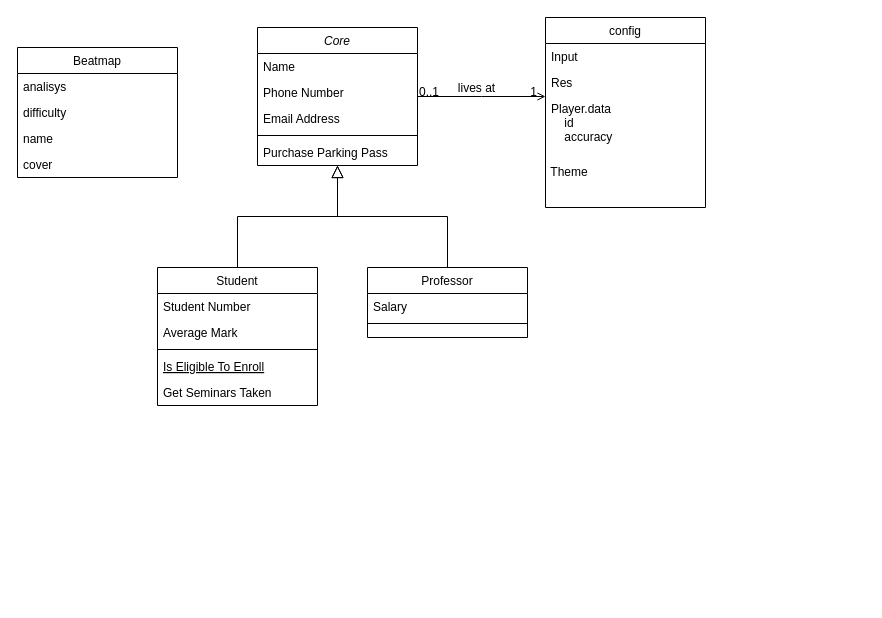
Before: Diagramme sans nom.drawio in KyotoVania/RythmGameSfmlCpp, a draw.io diagram. Source tidied: cells renumbered, new cells numbered last; positions are measured from the earlier drawing's top-left corner, leaving out a move shared by most shapes. Both pictures are drawn from the tidied source at 100%, with x=0, y=0 at pixel (17, 17).
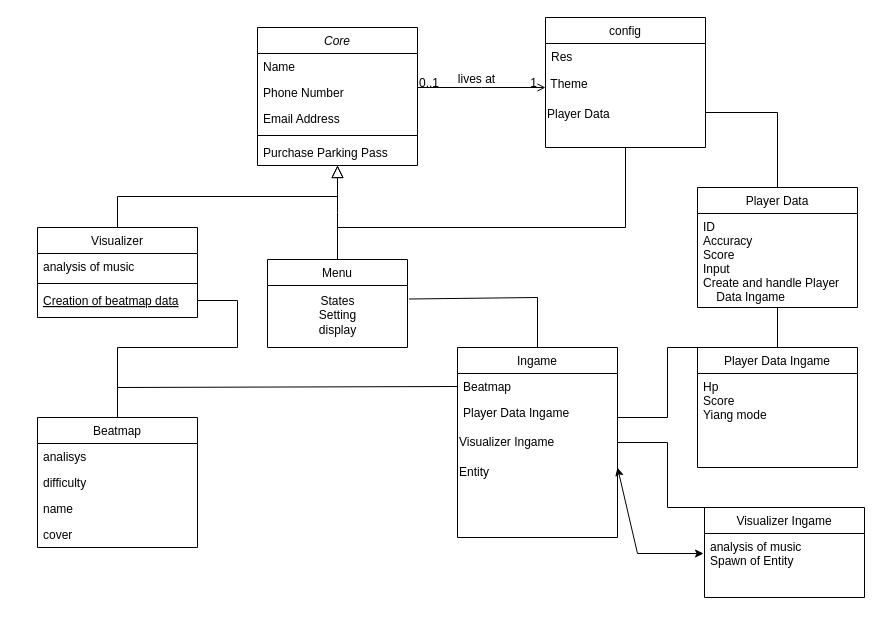
Above is the later version.

Commit message:
full principe include

Diff of the diagram source:
```diff
@@
-    <mxCell id="8" value="Student" style="swimlane;fontStyle=0;align=center;verticalAlign=top;horizontal=1;startSize=26;rounded=0;shadow=0;strokeWidth=1;" parent="1" vertex="1">
-      <mxGeometry x="140" y="250" width="160" height="138" as="geometry" />
+    <mxCell id="8" value="Visualizer" style="swimlane;fontStyle=0;align=center;verticalAlign=top;horizontal=1;startSize=26;rounded=0;shadow=0;strokeWidth=1;" parent="1" vertex="1">
+      <mxGeometry x="20" y="210" width="160" height="90" as="geometry" />
     </mxCell>
-    <mxCell id="9" value="Student Number" style="text;align=left;verticalAlign=top;spacingLeft=4;spacingRight=4;overflow=hidden;" parent="8" vertex="1">
-      <mxGeometry y="26" width="160" height="26" as="geometry" />
-    </mxCell>
-    <mxCell id="10" value="Average Mark" style="text;align=left;verticalAlign=top;spacingLeft=4;spacingRight=4;overflow=hidden;rounded=0;shadow=0;html=0;" parent="8" vertex="1">
-      <mxGeometry y="52" width="160" height="26" as="geometry" />
+    <mxCell id="10" value="analysis of music" style="text;align=left;verticalAlign=top;spacingLeft=4;spacingRight=4;overflow=hidden;rounded=0;shadow=0;html=0;" parent="8" vertex="1">
+      <mxGeometry y="26" width="160" height="26" as="geometry" />
     </mxCell>
     <mxCell id="11" style="line;html=1;strokeWidth=1;align=left;verticalAlign=middle;spacingTop=-1;spacingLeft=3;spacingRight=3;labelPosition=right;" parent="8" vertex="1">
-      <mxGeometry y="78" width="160" height="8" as="geometry" />
+      <mxGeometry y="52" width="160" height="8" as="geometry" />
     </mxCell>
-    <mxCell id="12" value="Is Eligible To Enroll" style="text;align=left;verticalAlign=top;spacingLeft=4;spacingRight=4;overflow=hidden;points=[[0,0.5],[1,0.5]];portConstraint=eastwest;fontStyle=4;" parent="8" vertex="1">
-      <mxGeometry y="86" width="160" height="26" as="geometry" />
+    <mxCell id="12" value="Creation of beatmap data" style="text;align=left;verticalAlign=top;spacingLeft=4;spacingRight=4;overflow=hidden;points=[[0,0.5],[1,0.5]];portConstraint=eastwest;fontStyle=4;" parent="8" vertex="1">
+      <mxGeometry y="60" width="160" height="26" as="geometry" />
     </mxCell>
-    <mxCell id="13" value="Get Seminars Taken" style="text;align=left;verticalAlign=top;spacingLeft=4;spacingRight=4;overflow=hidden;" parent="8" vertex="1">
-      <mxGeometry y="112" width="160" height="26" as="geometry" />
-    </mxCell>
@@
-    <mxCell id="15" value="Professor" style="swimlane;fontStyle=0;align=center;verticalAlign=top;horizontal=1;startSize=26;rounded=0;shadow=0;strokeWidth=1;" parent="1" vertex="1">
-      <mxGeometry x="350" y="250" width="160" height="70" as="geometry" />
+    <mxCell id="15" value="Menu" style="swimlane;fontStyle=0;align=center;verticalAlign=top;horizontal=1;startSize=26;rounded=0;shadow=0;strokeWidth=1;" parent="1" vertex="1">
+      <mxGeometry x="250" y="242" width="140" height="88" as="geometry" />
     </mxCell>
-    <mxCell id="16" value="Salary" style="text;align=left;verticalAlign=top;spacingLeft=4;spacingRight=4;overflow=hidden;" parent="15" vertex="1">
-      <mxGeometry y="26" width="160" height="26" as="geometry" />
-    </mxCell>
-    <mxCell id="17" style="line;html=1;strokeWidth=1;align=left;verticalAlign=middle;spacingTop=-1;spacingLeft=3;spacingRight=3;labelPosition=right;" parent="15" vertex="1">
-      <mxGeometry y="52" width="160" height="8" as="geometry" />
-    </mxCell>
+    <mxCell id="33" value="States&lt;br&gt;Setting&lt;br&gt;display" style="text;html=1;align=center;verticalAlign=middle;points=[];strokeColor=none;fillColor=none;" parent="15" vertex="1">
+      <mxGeometry y="26" width="140" height="60" as="geometry" />
+    </mxCell>
@@
     <mxCell id="19" value="config" style="swimlane;fontStyle=0;align=center;verticalAlign=top;horizontal=1;startSize=26;rounded=0;shadow=0;strokeWidth=1;" parent="1" vertex="1">
-      <mxGeometry x="528" width="160" height="190" as="geometry" />
+      <mxGeometry x="528" width="160" height="130" as="geometry" />
     </mxCell>
-    <mxCell id="20" value="Input" style="text;align=left;verticalAlign=top;spacingLeft=4;spacingRight=4;overflow=hidden;" parent="19" vertex="1">
-      <mxGeometry y="26" width="160" height="26" as="geometry" />
-    </mxCell>
     <mxCell id="21" value="Res" style="text;align=left;verticalAlign=top;spacingLeft=4;spacingRight=4;overflow=hidden;rounded=0;shadow=0;html=0;" parent="19" vertex="1">
-      <mxGeometry y="52" width="160" height="26" as="geometry" />
+      <mxGeometry y="26" width="160" height="26" as="geometry" />
     </mxCell>
-    <mxCell id="22" value="Player.data&#10;    id&#10;    accuracy" style="text;align=left;verticalAlign=top;spacingLeft=4;spacingRight=4;overflow=hidden;rounded=0;shadow=0;html=0;" parent="19" vertex="1">
-      <mxGeometry y="78" width="160" height="62" as="geometry" />
-    </mxCell>
     <mxCell id="23" value="&amp;nbsp;Theme" style="text;html=1;align=left;verticalAlign=middle;strokeColor=none;fillColor=none;" parent="19" vertex="1">
-      <mxGeometry y="140" width="160" height="30" as="geometry" />
+      <mxGeometry y="52" width="160" height="30" as="geometry" />
     </mxCell>
+    <mxCell id="34" value="Player Data" style="text;html=1;align=left;verticalAlign=middle;strokeColor=none;fillColor=none;" parent="19" vertex="1">
+      <mxGeometry y="82" width="160" height="30" as="geometry" />
+    </mxCell>
@@
     <mxCell id="28" value="Beatmap" style="swimlane;fontStyle=0;align=center;verticalAlign=top;horizontal=1;startSize=26;rounded=0;shadow=0;strokeWidth=1;" parent="1" vertex="1">
-      <mxGeometry y="30" width="160" height="130" as="geometry" />
+      <mxGeometry x="20" y="400" width="160" height="130" as="geometry" />
     </mxCell>
@@
+    <mxCell id="35" style="endArrow=none;html=1;rounded=0;entryX=0.5;entryY=1;entryDx=0;entryDy=0;exitX=0.5;exitY=0;exitDx=0;exitDy=0;" parent="1" edge="1" source="15" target="19">
+      <mxGeometry relative="1" as="geometry">
+        <Array as="points">
+          <mxPoint x="320" y="210" />
+          <mxPoint x="608" y="210" />
+        </Array>
+      </mxGeometry>
+    </mxCell>
+    <mxCell id="36" style="endArrow=none;html=1;rounded=0;exitX=0.5;exitY=0;exitDx=0;exitDy=0;entryX=1;entryY=0.5;entryDx=0;entryDy=0;" parent="1" edge="1" source="28" target="12">
+      <mxGeometry relative="1" as="geometry">
+        <Array as="points">
+          <mxPoint x="100" y="330" />
+          <mxPoint x="220" y="330" />
+          <mxPoint x="220" y="283" />
+        </Array>
+      </mxGeometry>
+    </mxCell>
+    <mxCell id="37" value="Ingame" style="swimlane;fontStyle=0;align=center;verticalAlign=top;horizontal=1;startSize=26;rounded=0;shadow=0;strokeWidth=1;" parent="1" vertex="1">
+      <mxGeometry x="440" y="330" width="160" height="190" as="geometry" />
+    </mxCell>
+    <mxCell id="38" value="Beatmap" style="text;align=left;verticalAlign=top;spacingLeft=4;spacingRight=4;overflow=hidden;points=[[0,0.5],[1,0.5]];portConstraint=eastwest;rounded=0;shadow=0;html=0;" parent="37" vertex="1">
+      <mxGeometry y="26" width="160" height="26" as="geometry" />
+    </mxCell>
+    <mxCell id="39" value="Player Data Ingame" style="text;align=left;verticalAlign=top;spacingLeft=4;spacingRight=4;overflow=hidden;rounded=0;shadow=0;html=0;" parent="37" vertex="1">
+      <mxGeometry y="52" width="160" height="28" as="geometry" />
+    </mxCell>
+    <mxCell id="40" value="Visualizer Ingame" style="text;html=1;align=left;verticalAlign=middle;points=[];strokeColor=none;fillColor=none;" parent="37" vertex="1">
+      <mxGeometry y="80" width="160" height="30" as="geometry" />
+    </mxCell>
+    <mxCell id="41" value="Entity" style="text;html=1;align=left;verticalAlign=middle;strokeColor=none;fillColor=none;" parent="37" vertex="1">
+      <mxGeometry y="110" width="160" height="30" as="geometry" />
+    </mxCell>
+    <mxCell id="42" value="Player Data" style="swimlane;fontStyle=0;align=center;verticalAlign=top;horizontal=1;startSize=26;rounded=0;shadow=0;strokeWidth=1;" parent="1" vertex="1">
+      <mxGeometry x="680" y="170" width="160" height="120" as="geometry" />
+    </mxCell>
+    <mxCell id="43" value="ID &#10;Accuracy&#10;Score&#10;Input&#10;Create and handle Player     &#10;    Data Ingame" style="text;align=left;verticalAlign=top;spacingLeft=4;spacingRight=4;overflow=hidden;points=[[0,0.5],[1,0.5]];portConstraint=eastwest;rounded=0;shadow=0;html=0;" parent="42" vertex="1">
+      <mxGeometry y="26" width="160" height="94" as="geometry" />
+    </mxCell>
+    <mxCell id="44" style="endArrow=none;html=1;rounded=0;entryX=1.006;entryY=0.433;entryDx=0;entryDy=0;entryPerimeter=0;exitX=0.5;exitY=0;exitDx=0;exitDy=0;" parent="1" edge="1" source="42">
+      <mxGeometry relative="1" as="geometry">
+        <mxPoint x="688" y="95" as="targetPoint" />
+        <Array as="points">
+          <mxPoint x="760" y="95" />
+        </Array>
+      </mxGeometry>
+    </mxCell>
+    <mxCell id="45" value="Player Data Ingame" style="swimlane;fontStyle=0;align=center;verticalAlign=top;horizontal=1;startSize=26;rounded=0;shadow=0;strokeWidth=1;" parent="1" vertex="1">
+      <mxGeometry x="680" y="330" width="160" height="120" as="geometry" />
+    </mxCell>
+    <mxCell id="46" value="Hp&#10;Score&#10;Yiang mode&#10; " style="text;align=left;verticalAlign=top;spacingLeft=4;spacingRight=4;overflow=hidden;rounded=0;shadow=0;html=0;" parent="45" vertex="1">
+      <mxGeometry y="26" width="160" height="94" as="geometry" />
+    </mxCell>
+    <mxCell id="47" value="Visualizer Ingame" style="swimlane;fontStyle=0;align=center;verticalAlign=top;horizontal=1;startSize=26;rounded=0;shadow=0;strokeWidth=1;" parent="1" vertex="1">
+      <mxGeometry x="687" y="490" width="160" height="90" as="geometry" />
+    </mxCell>
+    <mxCell id="48" value="analysis of music&#10;Spawn of Entity" style="text;align=left;verticalAlign=top;spacingLeft=4;spacingRight=4;overflow=hidden;points=[[0,0.5],[1,0.5]];portConstraint=eastwest;rounded=0;shadow=0;html=0;" parent="47" vertex="1">
+      <mxGeometry y="26" width="160" height="64" as="geometry" />
+    </mxCell>
+    <mxCell id="49" style="endArrow=none;html=1;rounded=0;entryX=0.5;entryY=0;entryDx=0;entryDy=0;" parent="1" edge="1" source="43" target="45">
+      <mxGeometry relative="1" as="geometry" />
+    </mxCell>
+    <mxCell id="50" style="endArrow=none;html=1;rounded=0;exitX=1.011;exitY=0.225;exitDx=0;exitDy=0;exitPerimeter=0;entryX=0.5;entryY=0;entryDx=0;entryDy=0;" parent="1" edge="1" source="33" target="37">
+      <mxGeometry relative="1" as="geometry">
+        <Array as="points">
+          <mxPoint x="520" y="280" />
+        </Array>
+      </mxGeometry>
+    </mxCell>
+    <mxCell id="51" style="endArrow=none;html=1;rounded=0;exitX=0;exitY=0.5;exitDx=0;exitDy=0;entryX=0.5;entryY=0;entryDx=0;entryDy=0;" parent="1" edge="1" source="38" target="28">
+      <mxGeometry relative="1" as="geometry">
+        <Array as="points">
+          <mxPoint x="100" y="370" />
+        </Array>
+      </mxGeometry>
+    </mxCell>
+    <mxCell id="52" style="endArrow=none;html=1;rounded=0;exitX=0.5;exitY=0;exitDx=0;exitDy=0;" parent="1" edge="1" source="45">
+      <mxGeometry relative="1" as="geometry">
+        <mxPoint x="600" y="400" as="targetPoint" />
+        <Array as="points">
+          <mxPoint x="650" y="330" />
+          <mxPoint x="650" y="400" />
+        </Array>
+      </mxGeometry>
+    </mxCell>
+    <mxCell id="53" style="endArrow=none;html=1;rounded=0;entryX=0.997;entryY=0.5;entryDx=0;entryDy=0;entryPerimeter=0;exitX=0.5;exitY=0;exitDx=0;exitDy=0;" parent="1" edge="1" source="47" target="40">
+      <mxGeometry relative="1" as="geometry">
+        <Array as="points">
+          <mxPoint x="650" y="490" />
+          <mxPoint x="650" y="425" />
+        </Array>
+      </mxGeometry>
+    </mxCell>
+    <mxCell id="54" style="endArrow=classic;startArrow=classic;html=1;rounded=0;entryX=-0.006;entryY=0.313;entryDx=0;entryDy=0;entryPerimeter=0;" parent="1" edge="1" target="48">
+      <mxGeometry relative="1" as="geometry">
+        <mxPoint x="600" y="450" as="sourcePoint" />
+        <Array as="points">
+          <mxPoint x="620" y="536" />
+        </Array>
+      </mxGeometry>
+    </mxCell>
```
